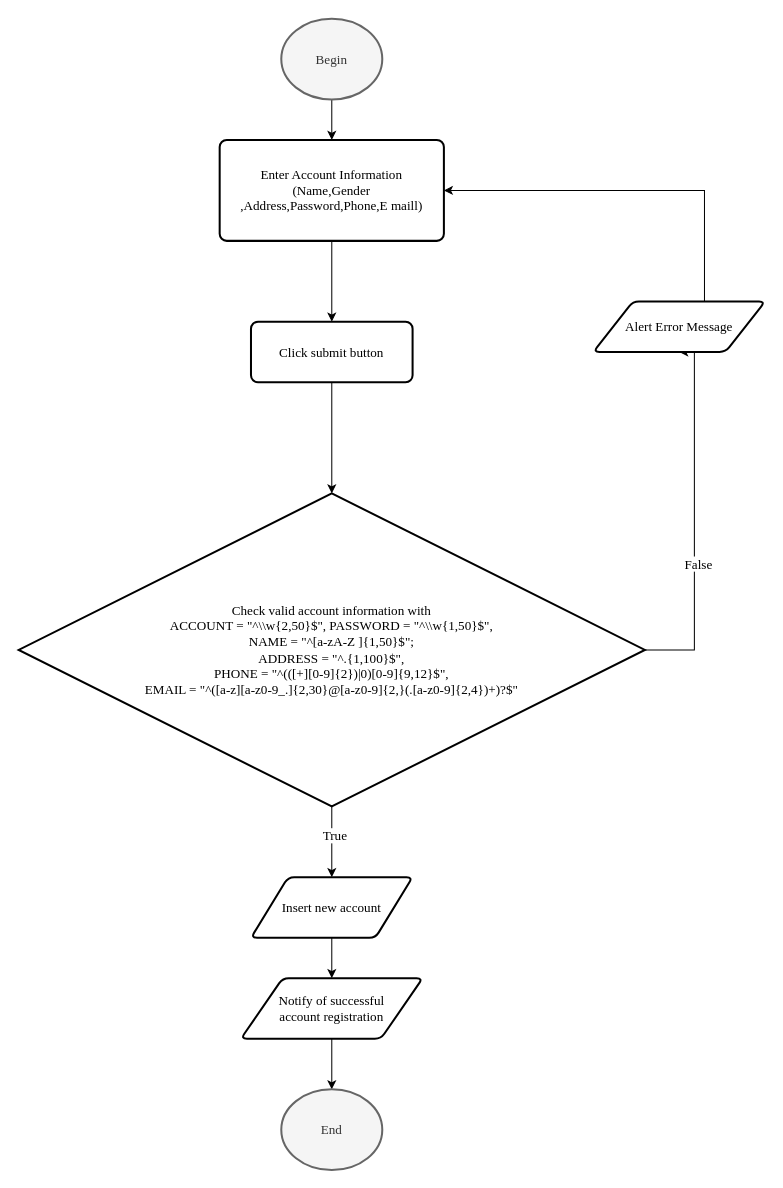
daomtthuan/do-an keeps this draw.io diagram as page "Register" (1 of 12) of document/diagram/flowchar_ver2.drawio. Above is the earlier version. Source tidied: cells renumbered, new cells numbered last; positions are measured from the earlier drawing's top-left corner, leaving out a move shared by most shapes. Both pictures are drawn from the tidied source at 101%, with x=0, y=0 at pixel (18, 18).
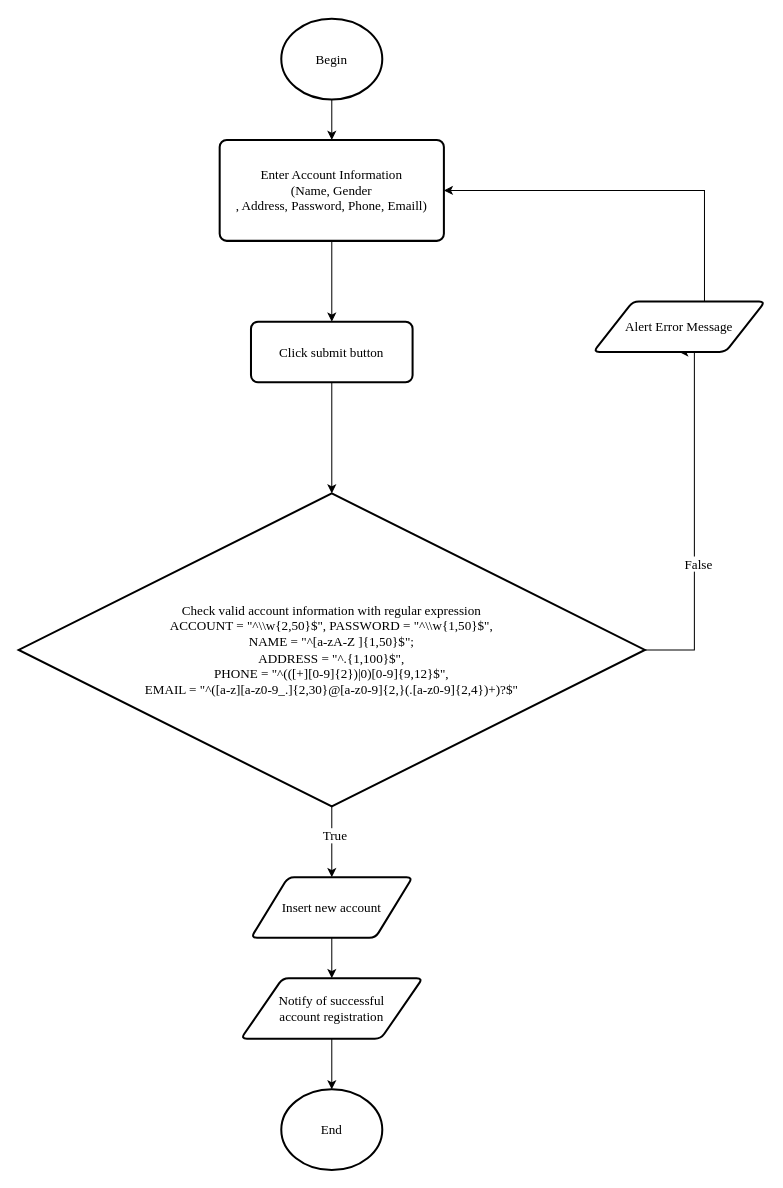
After the change.

Diff of the diagram source:
```diff
@@
-    <mxCell id="3" value="Begin" style="strokeWidth=2;html=1;shape=mxgraph.flowchart.start_2;whiteSpace=wrap;fontSize=13;fontFamily=Times New Roman;fillColor=#f5f5f5;strokeColor=#666666;fontColor=#333333;" parent="1" vertex="1">
+    <mxCell id="3" value="Begin" style="strokeWidth=2;html=1;shape=mxgraph.flowchart.start_2;whiteSpace=wrap;fontSize=13;fontFamily=Times New Roman;" parent="1" vertex="1">
       <mxGeometry x="260" width="100" height="80" as="geometry" />
     </mxCell>
@@
-    <mxCell id="5" value="Enter Account Information&lt;br&gt;(Name,Gender&lt;br&gt;,Address,Password,Phone,E maill)" style="rounded=1;whiteSpace=wrap;html=1;absoluteArcSize=1;arcSize=14;strokeWidth=2;fontSize=13;fontFamily=Times New Roman;" parent="1" vertex="1">
+    <mxCell id="5" value="Enter Account Information&lt;br&gt;(Name, Gender&lt;br&gt;, Address, Password, Phone, Emaill)" style="rounded=1;whiteSpace=wrap;html=1;absoluteArcSize=1;arcSize=14;strokeWidth=2;fontSize=13;fontFamily=Times New Roman;" parent="1" vertex="1">
       <mxGeometry x="199" y="120" width="222" height="100" as="geometry" />
     </mxCell>
@@
-    <mxCell id="10" value="Check valid account information with&lt;br&gt;ACCOUNT = &quot;^\\w{2,50}$&quot;, PASSWORD = &quot;^\\w{1,50}$&quot;,&lt;br&gt;&lt;span&gt;NAME = &quot;^[a-zA-Z ]{1,50}$&quot;;&lt;br&gt;ADDRESS = &quot;^.{1,100}$&quot;,&lt;br&gt;PHONE = &quot;^(([+][0-9]{2})|0)[0-9]{9,12}$&quot;,&lt;br&gt;EMAIL = &quot;^([a-z][a-z0-9_.]{2,30}@[a-z0-9]{2,}(.[a-z0-9]{2,4})+)?$&quot;&lt;br&gt;&lt;/span&gt;" style="strokeWidth=2;html=1;shape=mxgraph.flowchart.decision;whiteSpace=wrap;fontSize=13;fontFamily=Times New Roman;" parent="1" vertex="1">
+    <mxCell id="10" value="Check valid account information with&amp;nbsp;regular expression&lt;br&gt;ACCOUNT = &quot;^\\w{2,50}$&quot;, PASSWORD = &quot;^\\w{1,50}$&quot;,&lt;br&gt;&lt;span&gt;NAME = &quot;^[a-zA-Z ]{1,50}$&quot;;&lt;br&gt;ADDRESS = &quot;^.{1,100}$&quot;,&lt;br&gt;PHONE = &quot;^(([+][0-9]{2})|0)[0-9]{9,12}$&quot;,&lt;br&gt;EMAIL = &quot;^([a-z][a-z0-9_.]{2,30}@[a-z0-9]{2,}(.[a-z0-9]{2,4})+)?$&quot;&lt;br&gt;&lt;/span&gt;" style="strokeWidth=2;html=1;shape=mxgraph.flowchart.decision;whiteSpace=wrap;fontSize=13;fontFamily=Times New Roman;" parent="1" vertex="1">
       <mxGeometry y="470" width="620" height="310" as="geometry" />
     </mxCell>
@@
-    <mxCell id="17" value="End" style="strokeWidth=2;html=1;shape=mxgraph.flowchart.start_2;whiteSpace=wrap;fontSize=13;fontFamily=Times New Roman;fillColor=#f5f5f5;strokeColor=#666666;fontColor=#333333;" parent="1" vertex="1">
+    <mxCell id="17" value="End" style="strokeWidth=2;html=1;shape=mxgraph.flowchart.start_2;whiteSpace=wrap;fontSize=13;fontFamily=Times New Roman;" parent="1" vertex="1">
       <mxGeometry x="260" y="1060" width="100" height="80" as="geometry" />
     </mxCell>
```
